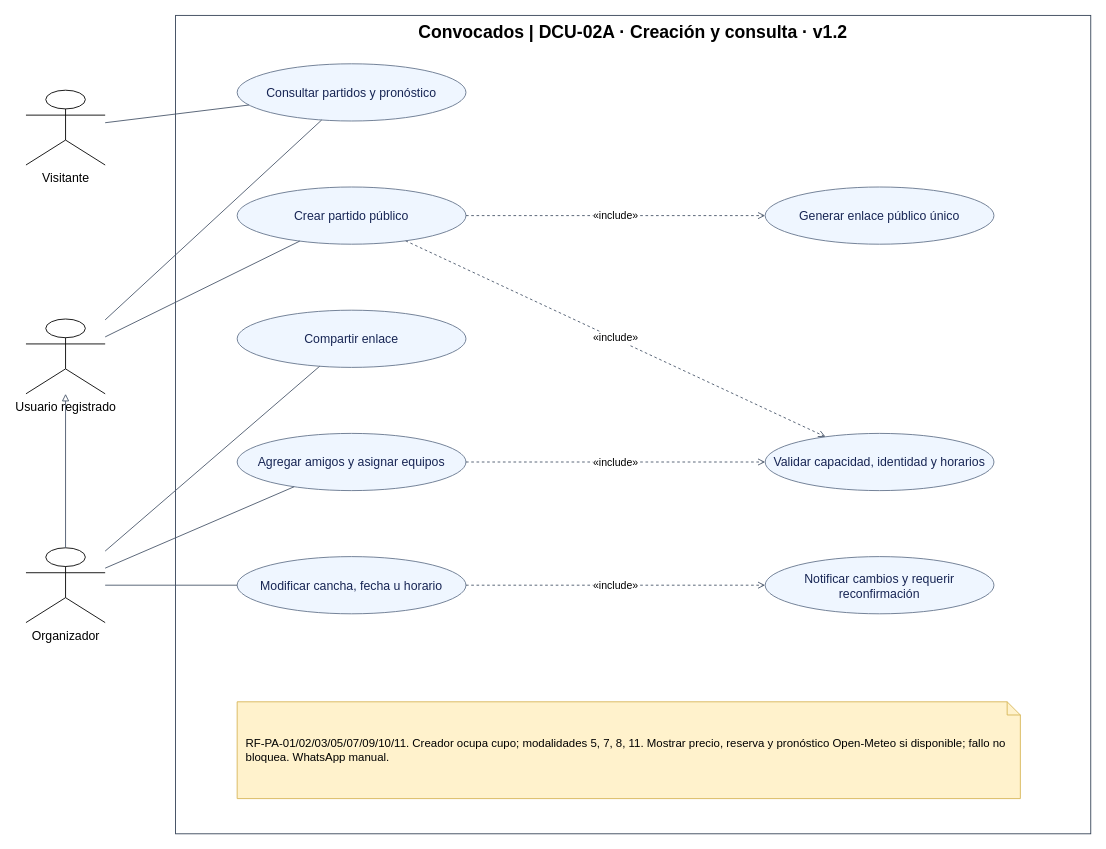
alejovidela13/convocados keeps this draw.io diagram as page "DCU-02A · Creación y consulta" (1 of 3) of docs/02-diseno-funcional/casos-de-uso-partidos.drawio. Above is the earlier version. Source tidied: cells renumbered, new cells numbered last; positions are measured from the earlier drawing's top-left corner, leaving out a move shared by most shapes. Both pictures are drawn from the tidied source at 88%, with x=0, y=0 at pixel (26, 15).
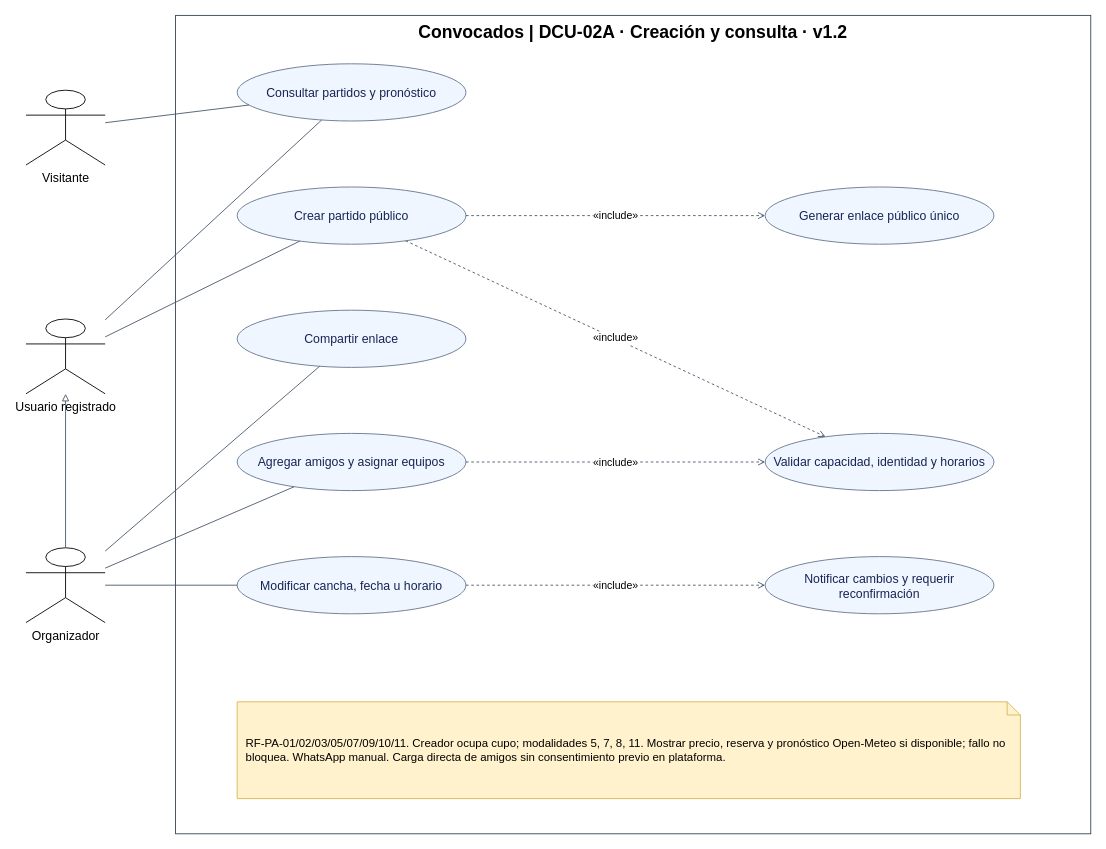
The same page after the edit.

Change to the diagram source:
```diff
@@
-    <mxCell id="25" value="RF-PA-01/02/03/05/07/09/10/11. Creador ocupa cupo; modalidades 5, 7, 8, 11. Mostrar precio, reserva y pronóstico Open-Meteo si disponible; fallo no bloquea. WhatsApp manual." style="shape=note;whiteSpace=wrap;html=1;size=15;fillColor=#fff2cc;strokeColor=#d6b656;fontSize=13;align=left;spacing=10;" parent="1" vertex="1">
+    <mxCell id="25" value="RF-PA-01/02/03/05/07/09/10/11. Creador ocupa cupo; modalidades 5, 7, 8, 11. Mostrar precio, reserva y pronóstico Open-Meteo si disponible; fallo no bloquea. WhatsApp manual. Carga directa de amigos sin consentimiento previo en plataforma." style="shape=note;whiteSpace=wrap;html=1;size=15;fillColor=#fff2cc;strokeColor=#d6b656;fontSize=13;align=left;spacing=10;" parent="1" vertex="1">
       <mxGeometry x="240" y="780" width="890" height="110" as="geometry" />
     </mxCell>
```
